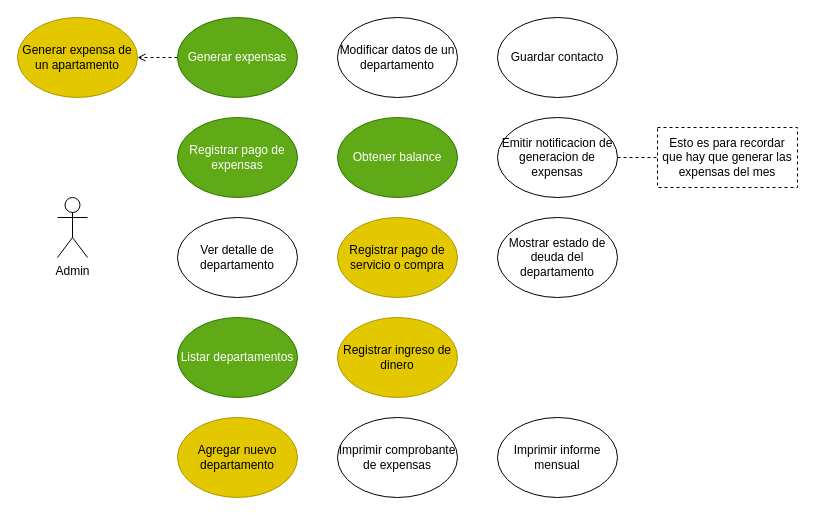
This is docs/usecases.drawio from elmiguedev/expensoides, a draw.io file, before an edit. Source tidied: cells renumbered, new cells numbered last; positions are measured from the earlier drawing's top-left corner, leaving out a move shared by most shapes. Both pictures are drawn from the tidied source at 100%, with x=0, y=0 at pixel (17, 17).
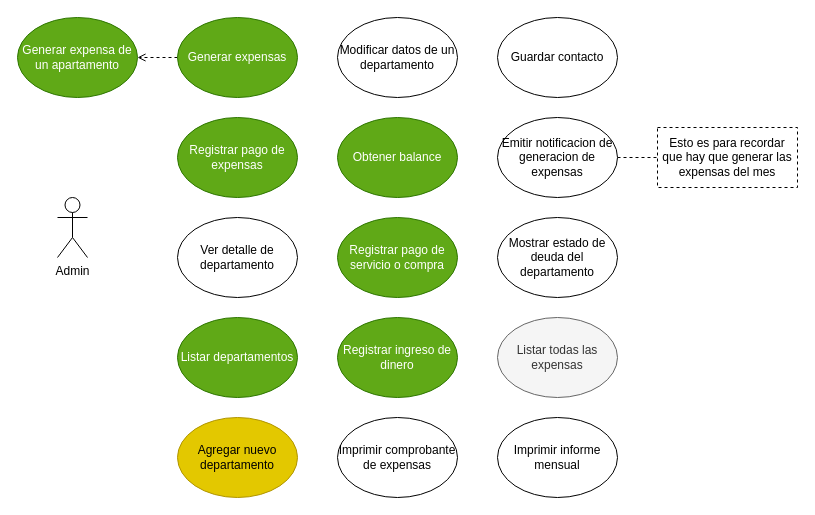
The same page after the edit.

Change to the diagram source:
```diff
@@
-    <mxCell id="11" value="Registrar pago de servicio o compra" style="ellipse;whiteSpace=wrap;html=1;fillColor=#e3c800;fontColor=#000000;strokeColor=#B09500;" parent="1" vertex="1">
+    <mxCell id="11" value="Registrar pago de servicio o compra" style="ellipse;whiteSpace=wrap;html=1;fillColor=#60a917;fontColor=#ffffff;strokeColor=#2D7600;" parent="1" vertex="1">
       <mxGeometry x="320" y="200" width="120" height="80" as="geometry" />
     </mxCell>
-    <mxCell id="12" value="Registrar ingreso de dinero" style="ellipse;whiteSpace=wrap;html=1;fillColor=#e3c800;fontColor=#000000;strokeColor=#B09500;" parent="1" vertex="1">
+    <mxCell id="12" value="Registrar ingreso de dinero" style="ellipse;whiteSpace=wrap;html=1;fillColor=#60a917;fontColor=#ffffff;strokeColor=#2D7600;" parent="1" vertex="1">
       <mxGeometry x="320" y="300" width="120" height="80" as="geometry" />
     </mxCell>
@@
-    <mxCell id="15" value="Generar expensa de un apartamento" style="ellipse;whiteSpace=wrap;html=1;fillColor=#e3c800;fontColor=#000000;strokeColor=#B09500;" parent="1" vertex="1">
+    <mxCell id="15" value="Generar expensa de un apartamento" style="ellipse;whiteSpace=wrap;html=1;fillColor=#60a917;fontColor=#ffffff;strokeColor=#2D7600;" parent="1" vertex="1">
       <mxGeometry width="120" height="80" as="geometry" />
     </mxCell>
@@
+    <mxCell id="22" value="Listar todas las expensas" style="ellipse;whiteSpace=wrap;html=1;fillColor=#f5f5f5;fontColor=#333333;strokeColor=#666666;" parent="1" vertex="1">
+      <mxGeometry x="480" y="300" width="120" height="80" as="geometry" />
+    </mxCell>
```
